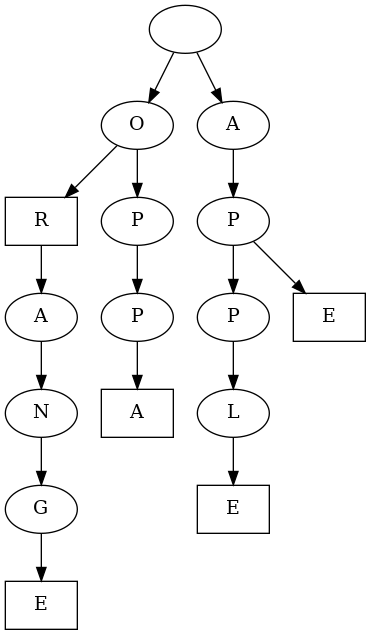
This is trie.png from keithstellyes/Pretty-Data-Stuctures, a Graphviz export, as it was before one commit. Its source is kept beside it as trie.dot.
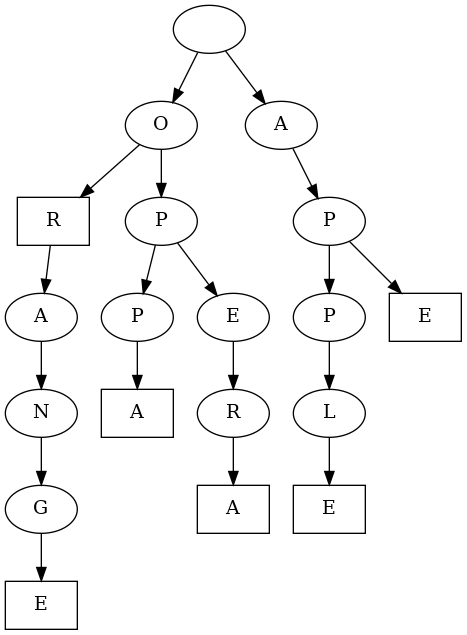
After the change.

The edit, as a diff of the source:
```diff
@@ -9,25 +9,31 @@
     h [label="P"];
     i [label="P"];
     j [label="A", shape=box];
-    k [label="A"];
-    l [label="P"];
-    m [label="P"];
-    n [label="L"];
-    o [label="E", shape=box];
-    p [label="E", shape=box];
-    f -> g;
-    e -> f;
-    d -> e;
-    c -> d;
-    b -> c;
-    i -> j;
-    h -> i;
-    b -> h;
-    a -> b;
-    n -> o;
-    m -> n;
-    l -> m;
-    l -> p;
-    k -> l;
-    a -> k;
+    k [label="E"];
+    l [label="R"];
+    m [label="A", shape=box];
+    n [label="A"];
+    o [label="P"];
+    p [label="P"];
+    q [label="L"];
+    r [label="E", shape=box];
+    s [label="E", shape=box];
+    f -> g
+    e -> f
+    d -> e
+    c -> d
+    b -> c
+    i -> j
+    h -> i
+    l -> m
+    k -> l
+    h -> k
+    b -> h
+    a -> b
+    q -> r
+    p -> q
+    o -> p
+    o -> s
+    n -> o
+    a -> n
 }
```
